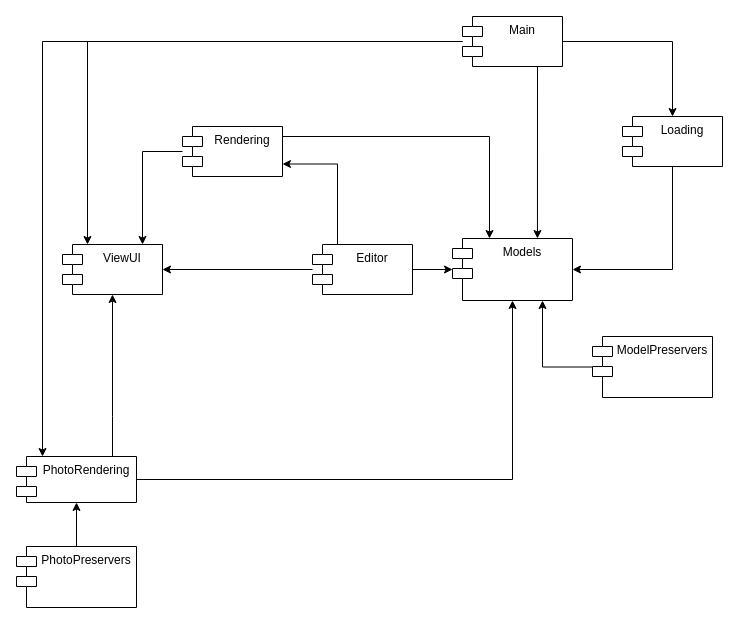
The draw.io diagram page "Page-1" (1 of 2) of module_2/Components.drawio in SheinEA/gb_architect, before the edit. Source tidied: cells renumbered, new cells numbered last; positions are measured from the earlier drawing's top-left corner, leaving out a move shared by most shapes. Both pictures are drawn from the tidied source at 100%, with x=0, y=0 at pixel (16, 16).
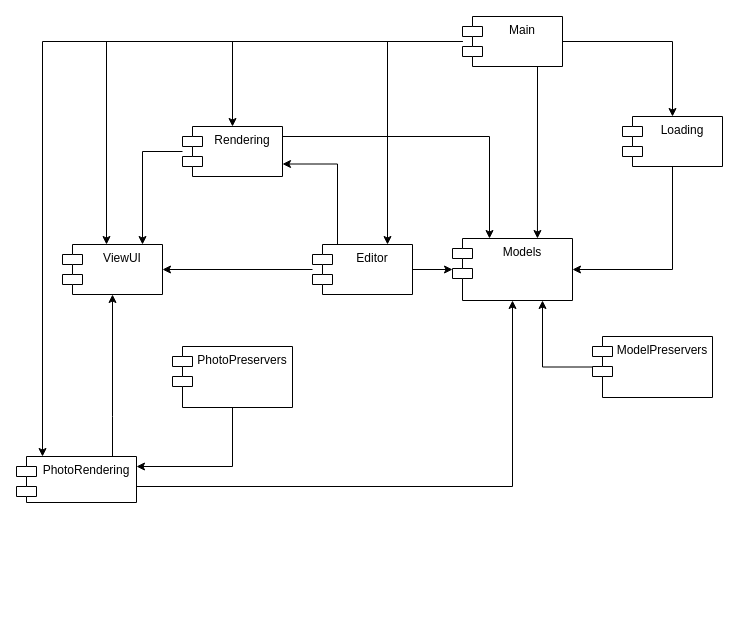
The same diagram, later.

The change refers to these unchanged cells:
```xml
<mxCell id="4" value="Models" style="shape=module;align=left;spacingLeft=20;align=center;verticalAlign=top;" parent="1" vertex="1">
  <mxGeometry x="436" y="222" width="120" height="62" as="geometry" />
</mxCell>
<mxCell id="7" value="Rendering" style="shape=module;align=left;spacingLeft=20;align=center;verticalAlign=top;" parent="1" vertex="1">
  <mxGeometry x="166" y="110" width="100" height="50" as="geometry" />
</mxCell>
<mxCell id="11" value="Editor" style="shape=module;align=left;spacingLeft=20;align=center;verticalAlign=top;" parent="1" vertex="1">
  <mxGeometry x="296" y="228" width="100" height="50" as="geometry" />
</mxCell>
<mxCell id="14" value="PhotoRendering" style="shape=module;align=left;spacingLeft=20;align=center;verticalAlign=top;" parent="1" vertex="1">
  <mxGeometry y="440" width="120" height="46" as="geometry" />
</mxCell>
<mxCell id="15" value="ViewUI" style="shape=module;align=left;spacingLeft=20;align=center;verticalAlign=top;" parent="1" vertex="1">
  <mxGeometry x="46" y="228" width="100" height="50" as="geometry" />
</mxCell>
<mxCell id="24" value="Main" style="shape=module;align=left;spacingLeft=20;align=center;verticalAlign=top;" parent="1" vertex="1">
  <mxGeometry x="446" width="100" height="50" as="geometry" />
</mxCell>
```

Change to the diagram source:
```diff
@@
     <mxCell id="12" style="edgeStyle=orthogonalEdgeStyle;rounded=0;jettySize=auto;html=1;entryX=0.5;entryY=1;entryDx=0;entryDy=0;" parent="1" edge="1" source="14" target="4">
-      <mxGeometry relative="1" as="geometry" />
+      <mxGeometry relative="1" as="geometry">
+        <Array as="points">
+          <mxPoint x="496" y="470" />
+        </Array>
+      </mxGeometry>
     </mxCell>
@@
     <mxCell id="18" style="edgeStyle=orthogonalEdgeStyle;rounded=0;jettySize=auto;html=1;" parent="1" edge="1" source="19" target="14">
-      <mxGeometry relative="1" as="geometry" />
+      <mxGeometry relative="1" as="geometry">
+        <Array as="points">
+          <mxPoint x="216" y="450" />
+        </Array>
+      </mxGeometry>
     </mxCell>
     <mxCell id="19" value="PhotoPreservers" style="shape=module;align=left;spacingLeft=20;align=center;verticalAlign=top;" parent="1" vertex="1">
-      <mxGeometry y="530" width="120" height="61" as="geometry" />
+      <mxGeometry x="156" y="330" width="120" height="61" as="geometry" />
     </mxCell>
@@
-    <mxCell id="21" style="edgeStyle=orthogonalEdgeStyle;rounded=0;jettySize=auto;html=1;entryX=0.25;entryY=0;entryDx=0;entryDy=0;" parent="1" edge="1" source="24" target="15">
-      <mxGeometry relative="1" as="geometry" />
+    <mxCell id="21" style="edgeStyle=orthogonalEdgeStyle;rounded=0;jettySize=auto;html=1;" parent="1" edge="1" source="24" target="15">
+      <mxGeometry relative="1" as="geometry">
+        <Array as="points">
+          <mxPoint x="90" y="25" />
+        </Array>
+      </mxGeometry>
     </mxCell>
@@
+    <mxCell id="25" style="edgeStyle=orthogonalEdgeStyle;rounded=0;jettySize=auto;html=1;entryX=0.75;entryY=0;entryDx=0;entryDy=0;" parent="1" edge="1" source="24" target="11">
+      <mxGeometry relative="1" as="geometry" />
+    </mxCell>
+    <mxCell id="26" style="edgeStyle=orthogonalEdgeStyle;rounded=0;jettySize=auto;html=1;" parent="1" edge="1" source="24" target="7">
+      <mxGeometry relative="1" as="geometry" />
+    </mxCell>
```
